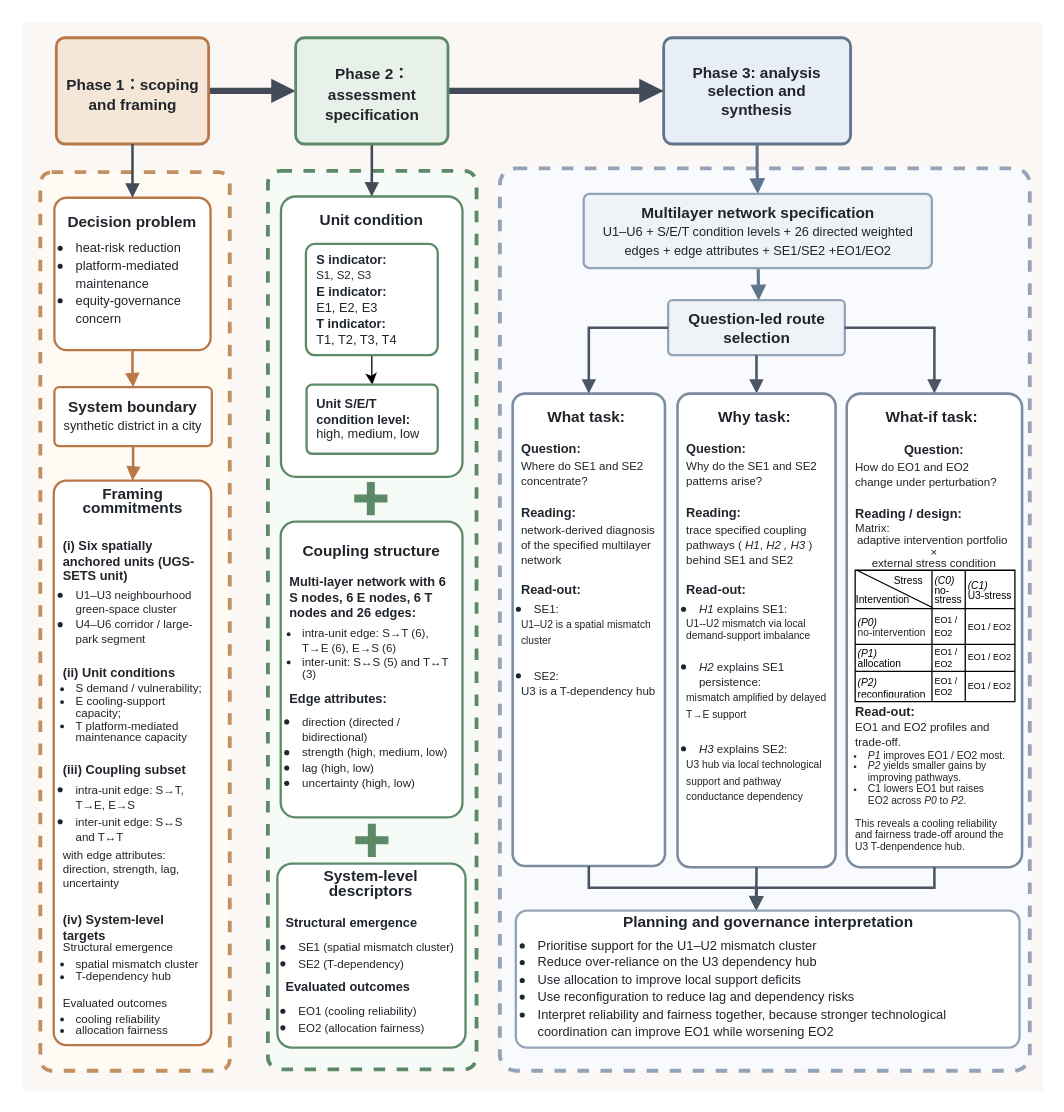
The draw.io diagram section6.drawio in ZixuanLi317/iodraw-files, before the edit. Source tidied: cells renumbered, new cells numbered last; positions are measured from the earlier drawing's top-left corner, leaving out a move shared by most shapes. Both pictures are drawn from the tidied source at 128%, with x=0, y=0 at pixel (22, 22).
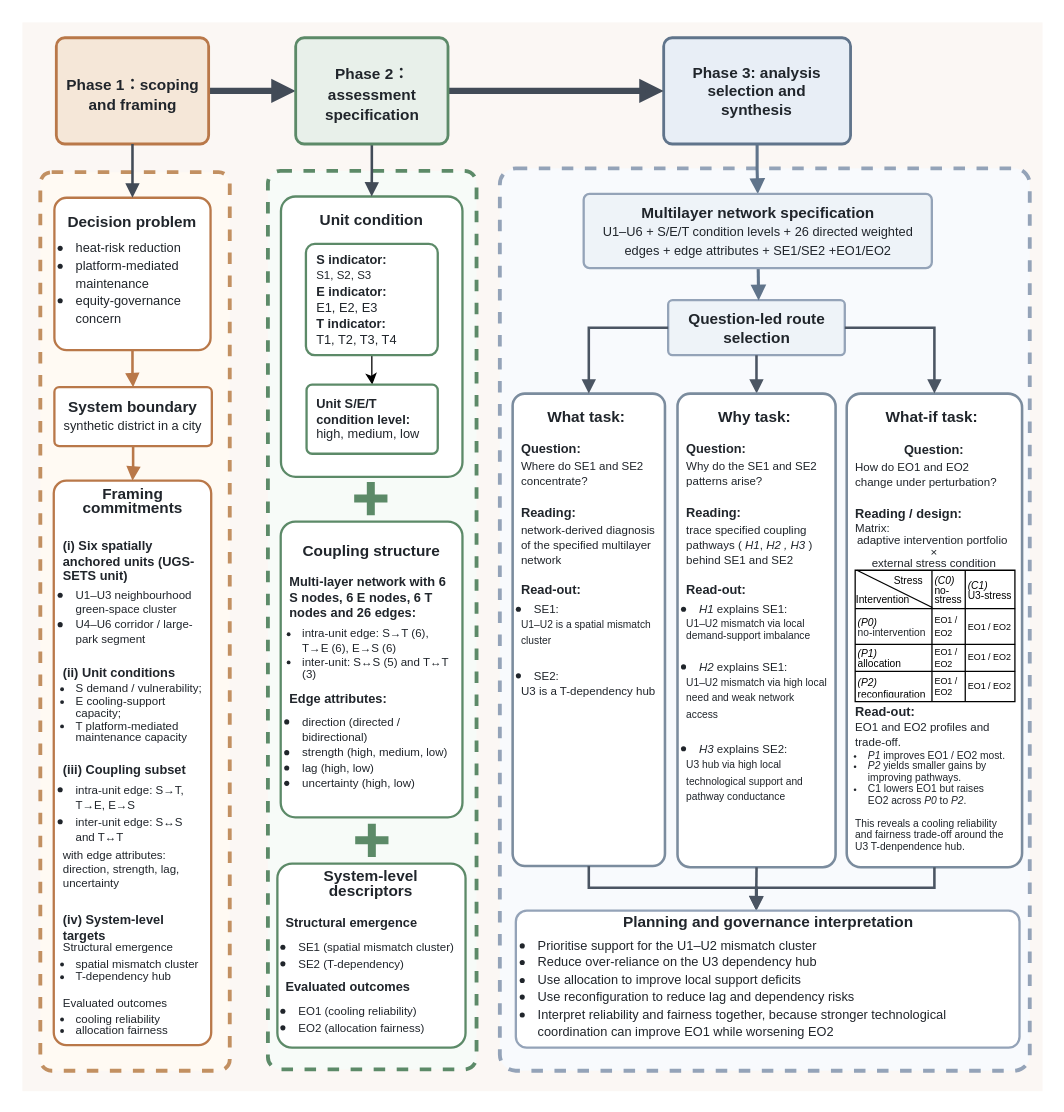
The same page after the edit.

The edit, as a diff of the source:
```diff
@@
-    <mxCell id="31" value="&lt;div style=&quot;line-height: 102%;&quot;&gt;&lt;div&gt;&lt;b&gt;Why task:&amp;nbsp;&lt;/b&gt;&lt;/div&gt;&lt;div&gt;&lt;b&gt;&lt;br&gt;&lt;/b&gt;&lt;div&gt;&lt;div style=&quot;text-align: left;&quot;&gt;&lt;b style=&quot;font-size: 10px; background-color: transparent; color: light-dark(rgb(32, 37, 43), rgb(201, 206, 211)); line-height: 102%;&quot;&gt;Question:&lt;/b&gt;&lt;/div&gt;&lt;div style=&quot;text-align: left;&quot;&gt;&lt;span style=&quot;background-color: transparent; color: light-dark(rgb(32, 37, 43), rgb(201, 206, 211));&quot;&gt;&lt;font style=&quot;font-size: 9px; line-height: 102%;&quot;&gt;Why do the SE1 and SE2 patterns arise?&lt;/font&gt;&lt;/span&gt;&lt;/div&gt;&lt;font&gt;&lt;div style=&quot;text-align: left;&quot;&gt;&lt;b style=&quot;font-size: 10px; background-color: transparent; color: light-dark(rgb(32, 37, 43), rgb(201, 206, 211));&quot;&gt;&lt;br&gt;&lt;/b&gt;&lt;/div&gt;&lt;div style=&quot;text-align: left;&quot;&gt;&lt;b style=&quot;font-size: 10px; background-color: transparent; color: light-dark(rgb(32, 37, 43), rgb(201, 206, 211)); line-height: 102%;&quot;&gt;Reading:&lt;/b&gt;&lt;span style=&quot;font-size: 10px; background-color: transparent; color: light-dark(rgb(32, 37, 43), rgb(201, 206, 211)); line-height: 102%;&quot;&gt;&amp;nbsp;&lt;/span&gt;&lt;/div&gt;&lt;div style=&quot;text-align: left;&quot;&gt;&lt;div&gt;&lt;font style=&quot;font-size: 9px; line-height: 102%;&quot;&gt;trace specified coupling&lt;/font&gt;&lt;/div&gt;&lt;div&gt;&lt;font style=&quot;font-size: 9px; line-height: 102%;&quot;&gt;pathways (&amp;nbsp;&lt;i&gt;H1&lt;/i&gt;, &lt;i&gt;H2 ,&lt;/i&gt;&amp;nbsp;&lt;i&gt;H3&amp;nbsp;&lt;/i&gt;) behind SE1 and SE2&lt;/font&gt;&lt;/div&gt;&lt;/div&gt;&lt;div style=&quot;font-size: 10px; text-align: left;&quot;&gt;&lt;b&gt;&lt;br&gt;&lt;/b&gt;&lt;/div&gt;&lt;div style=&quot;font-size: 10px; text-align: left; line-height: 102%;&quot;&gt;&lt;b&gt;Read-out:&amp;nbsp;&lt;/b&gt;&lt;/div&gt;&lt;div&gt;&lt;div&gt;&lt;div&gt;&lt;ul style=&quot;padding-left: 10px; margin-top: 3px; margin-bottom: 3px;&quot;&gt;&lt;li style=&quot;text-align: left;&quot;&gt;&lt;font style=&quot;font-size: 9px; line-height: 102%;&quot;&gt;&lt;i&gt;H1&lt;/i&gt; explains SE1:&lt;/font&gt;&lt;/li&gt;&lt;/ul&gt;&lt;span style=&quot;font-size: 8px; background-color: transparent; color: light-dark(rgb(32, 37, 43), rgb(201, 206, 211)); line-height: 102%;&quot;&gt;&lt;div style=&quot;text-align: left;&quot;&gt;&lt;span style=&quot;background-color: transparent; color: light-dark(rgb(32, 37, 43), rgb(201, 206, 211)); line-height: 112%;&quot;&gt;U1--U2 mismatch via local demand-support imbalance&lt;/span&gt;&lt;/div&gt;&lt;div style=&quot;text-align: left;&quot;&gt;&lt;span style=&quot;background-color: transparent; color: light-dark(rgb(32, 37, 43), rgb(201, 206, 211)); line-height: 112%;&quot;&gt;&lt;br&gt;&lt;/span&gt;&lt;/div&gt;&lt;/span&gt;&lt;ul style=&quot;padding-left: 10px; margin-top: 3px; margin-bottom: 0px;&quot;&gt;&lt;li style=&quot;text-align: left;&quot;&gt;&lt;font style=&quot;font-size: 9px; line-height: 102%;&quot;&gt;&lt;i&gt;H2&lt;/i&gt; explains SE1 persistence:&lt;/font&gt;&lt;/li&gt;&lt;/ul&gt;&lt;/div&gt;&lt;div&gt;&lt;div style=&quot;text-align: left;&quot;&gt;&lt;span style=&quot;background-color: transparent; color: light-dark(rgb(32, 37, 43), rgb(201, 206, 211)); font-size: 8px; line-height: 102%;&quot;&gt;mismatch amplified by delayed T→E support&lt;/span&gt;&lt;/div&gt;&lt;div style=&quot;text-align: left;&quot;&gt;&lt;span style=&quot;background-color: transparent; color: light-dark(rgb(32, 37, 43), rgb(201, 206, 211)); font-size: 8px; line-height: 102%;&quot;&gt;&lt;br&gt;&lt;/span&gt;&lt;/div&gt;&lt;ul style=&quot;padding-left: 10px; margin-top: 3px; margin-bottom: 0px;&quot;&gt;&lt;li style=&quot;text-align: left;&quot;&gt;&lt;font style=&quot;font-size: 9px; line-height: 102%;&quot;&gt;&lt;i&gt;H3&lt;/i&gt; explains SE2:&lt;/font&gt;&lt;/li&gt;&lt;/ul&gt;&lt;/div&gt;&lt;div style=&quot;text-align: left;&quot;&gt;&lt;span style=&quot;font-size: 8px; background-color: transparent; color: light-dark(rgb(32, 37, 43), rgb(201, 206, 211)); line-height: 102%;&quot;&gt;U3 hub via local technological support and pathway conductance dependency&lt;/span&gt;&lt;/div&gt;&lt;/div&gt;&lt;/div&gt;&lt;/font&gt;&lt;/div&gt;&lt;/div&gt;&lt;/div&gt;" style="whiteSpace=wrap;html=1;fillColor=#ffffff;strokeColor=#7b8c9e;strokeWidth=2;fontSize=12;fontColor=#20252b;fontStyle=0;fontFamily=Helvetica;align=center;verticalAlign=top;spacing=8;rounded=1;arcSize=8;" parent="1" vertex="1">
+    <mxCell id="31" value="&lt;div style=&quot;line-height: 102%;&quot;&gt;&lt;div&gt;&lt;b&gt;Why task:&amp;nbsp;&lt;/b&gt;&lt;/div&gt;&lt;div&gt;&lt;b&gt;&lt;br&gt;&lt;/b&gt;&lt;div&gt;&lt;div style=&quot;text-align: left;&quot;&gt;&lt;b style=&quot;font-size: 10px; background-color: transparent; color: light-dark(rgb(32, 37, 43), rgb(201, 206, 211)); line-height: 102%;&quot;&gt;Question:&lt;/b&gt;&lt;/div&gt;&lt;div style=&quot;text-align: left;&quot;&gt;&lt;span style=&quot;background-color: transparent; color: light-dark(rgb(32, 37, 43), rgb(201, 206, 211));&quot;&gt;&lt;font style=&quot;font-size: 9px; line-height: 102%;&quot;&gt;Why do the SE1 and SE2 patterns arise?&lt;/font&gt;&lt;/span&gt;&lt;/div&gt;&lt;font&gt;&lt;div style=&quot;text-align: left;&quot;&gt;&lt;b style=&quot;font-size: 10px; background-color: transparent; color: light-dark(rgb(32, 37, 43), rgb(201, 206, 211));&quot;&gt;&lt;br&gt;&lt;/b&gt;&lt;/div&gt;&lt;div style=&quot;text-align: left;&quot;&gt;&lt;b style=&quot;font-size: 10px; background-color: transparent; color: light-dark(rgb(32, 37, 43), rgb(201, 206, 211)); line-height: 102%;&quot;&gt;Reading:&lt;/b&gt;&lt;span style=&quot;font-size: 10px; background-color: transparent; color: light-dark(rgb(32, 37, 43), rgb(201, 206, 211)); line-height: 102%;&quot;&gt;&amp;nbsp;&lt;/span&gt;&lt;/div&gt;&lt;div style=&quot;text-align: left;&quot;&gt;&lt;div&gt;&lt;font style=&quot;font-size: 9px; line-height: 102%;&quot;&gt;trace specified coupling&lt;/font&gt;&lt;/div&gt;&lt;div&gt;&lt;font style=&quot;font-size: 9px; line-height: 102%;&quot;&gt;pathways (&amp;nbsp;&lt;i&gt;H1&lt;/i&gt;, &lt;i&gt;H2 ,&lt;/i&gt;&amp;nbsp;&lt;i&gt;H3&amp;nbsp;&lt;/i&gt;) behind SE1 and SE2&lt;/font&gt;&lt;/div&gt;&lt;/div&gt;&lt;div style=&quot;font-size: 10px; text-align: left;&quot;&gt;&lt;b&gt;&lt;br&gt;&lt;/b&gt;&lt;/div&gt;&lt;div style=&quot;font-size: 10px; text-align: left; line-height: 102%;&quot;&gt;&lt;b&gt;Read-out:&amp;nbsp;&lt;/b&gt;&lt;/div&gt;&lt;div&gt;&lt;div&gt;&lt;div&gt;&lt;ul style=&quot;padding-left: 10px; margin-top: 3px; margin-bottom: 3px;&quot;&gt;&lt;li style=&quot;text-align: left;&quot;&gt;&lt;font style=&quot;font-size: 9px; line-height: 102%;&quot;&gt;&lt;i&gt;H1&lt;/i&gt; explains SE1:&lt;/font&gt;&lt;/li&gt;&lt;/ul&gt;&lt;span style=&quot;font-size: 8px; background-color: transparent; color: light-dark(rgb(32, 37, 43), rgb(201, 206, 211)); line-height: 102%;&quot;&gt;&lt;div style=&quot;text-align: left;&quot;&gt;&lt;span style=&quot;background-color: transparent; color: light-dark(rgb(32, 37, 43), rgb(201, 206, 211)); line-height: 112%;&quot;&gt;U1–U2 mismatch via local demand-support imbalance&lt;/span&gt;&lt;/div&gt;&lt;div style=&quot;text-align: left;&quot;&gt;&lt;span style=&quot;background-color: transparent; color: light-dark(rgb(32, 37, 43), rgb(201, 206, 211)); line-height: 112%;&quot;&gt;&lt;br&gt;&lt;/span&gt;&lt;/div&gt;&lt;/span&gt;&lt;ul style=&quot;padding-left: 10px; margin-top: 3px; margin-bottom: 0px;&quot;&gt;&lt;li style=&quot;text-align: left;&quot;&gt;&lt;font style=&quot;font-size: 9px; line-height: 102%;&quot;&gt;&lt;i&gt;H2&lt;/i&gt; explains SE1:&lt;/font&gt;&lt;/li&gt;&lt;/ul&gt;&lt;/div&gt;&lt;div&gt;&lt;div style=&quot;text-align: left;&quot;&gt;&lt;span style=&quot;background-color: transparent; color: light-dark(rgb(32, 37, 43), rgb(201, 206, 211)); font-size: 8px; line-height: 102%;&quot;&gt;U1–U2 mismatch via high local need and weak network access&lt;/span&gt;&lt;/div&gt;&lt;div style=&quot;text-align: left;&quot;&gt;&lt;span style=&quot;background-color: transparent; color: light-dark(rgb(32, 37, 43), rgb(201, 206, 211)); font-size: 8px; line-height: 102%;&quot;&gt;&lt;br&gt;&lt;/span&gt;&lt;/div&gt;&lt;ul style=&quot;padding-left: 10px; margin-top: 3px; margin-bottom: 0px;&quot;&gt;&lt;li style=&quot;text-align: left;&quot;&gt;&lt;font style=&quot;font-size: 9px; line-height: 102%;&quot;&gt;&lt;i&gt;H3&lt;/i&gt; explains SE2:&lt;/font&gt;&lt;/li&gt;&lt;/ul&gt;&lt;/div&gt;&lt;div style=&quot;text-align: left;&quot;&gt;&lt;span style=&quot;font-size: 8px; background-color: transparent; color: light-dark(rgb(32, 37, 43), rgb(201, 206, 211)); line-height: 102%;&quot;&gt;U3 hub via high local technological support and pathway conductance&lt;/span&gt;&lt;/div&gt;&lt;/div&gt;&lt;/div&gt;&lt;/font&gt;&lt;/div&gt;&lt;/div&gt;&lt;/div&gt;" style="whiteSpace=wrap;html=1;fillColor=#ffffff;strokeColor=#7b8c9e;strokeWidth=2;fontSize=12;fontColor=#20252b;fontStyle=0;fontFamily=Helvetica;align=center;verticalAlign=top;spacing=8;rounded=1;arcSize=8;" parent="1" vertex="1">
       <mxGeometry x="511.8" y="290" width="123.5" height="370" as="geometry" />
     </mxCell>
```
